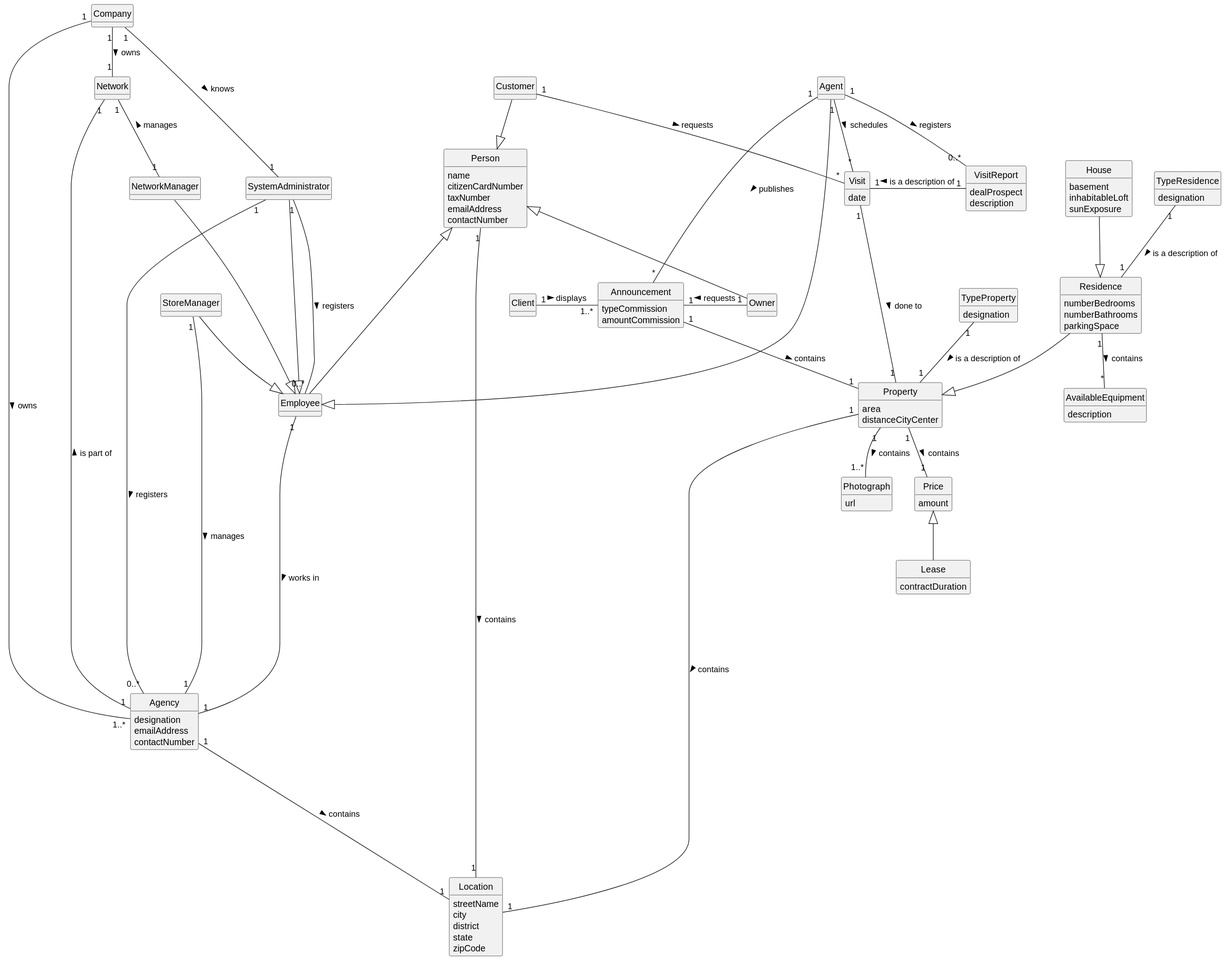
Before: docs/sprintA/global-artifacts/02.analysis/svg/project-domain-model.svg, a diagram exported from PlantUML (rita-barbosa/LAPR2-2223).
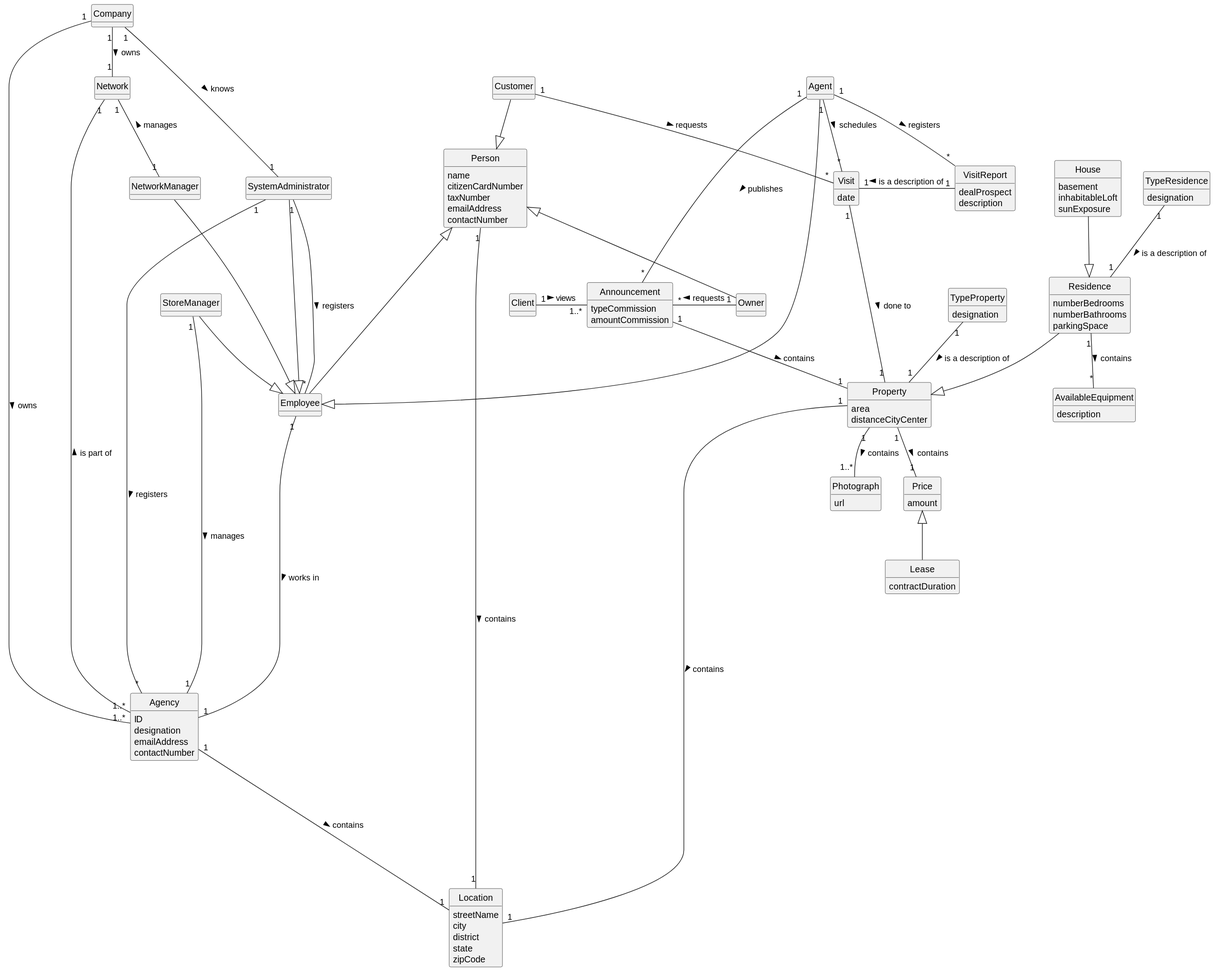
The same diagram one commit later.

Change to the diagram source:
```diff
@@ -14,6 +14,7 @@
 }
 
 class Agency {
+ID
 designation
 emailAddress
 contactNumber
@@ -104,8 +105,8 @@
 Company "1" --- "1..*" Agency : owns >
 Company "1" --- "1" SystemAdministrator : knows >
 SystemAdministrator --|> Employee
-SystemAdministrator "1" --- "0..*" Employee: registers >
-SystemAdministrator "1" -- "0..*" Agency: registers >
+SystemAdministrator "1" --- "*" Employee: registers >
+SystemAdministrator "1" -- "*" Agency: registers >
 Person  <|--  Employee
 Person <|-- Owner
 Customer  --|> Person
@@ -117,16 +118,16 @@
 Customer "1" -- "*" Visit:  requests >
 StoreManager "1" -- "1" Agency: manages >
 NetworkManager "1" -up- "1" Network: manages >
-Agency "1" --- "1" Network: is part of >
+Agency "1..*" --- "1" Network: is part of >
 Company "1" -- "1" Network: owns >
 Announcement "1" -- "1" Property: contains >
-Announcement "1" - "1" Owner: requests <
+Announcement "*" - "1" Owner: requests <
 Visit "1" -- "1" Property: done to >
 Residence  --|>  Property
 House --|> Residence
 Visit "1" - "1"  VisitReport: is a description of <
-Agent "1" -- "0..*" VisitReport: registers >
-Client "1" - "1..*" Announcement: displays >
+Agent "1" -- "*" VisitReport: registers >
+Client "1" - "1..*" Announcement: views >
 Employee "1" ----- "1" Agency: works in  >
 TypeProperty "1" -- "1" Property: is a description of >
 TypeResidence "1" -- "1" Residence: is a description of >
```
